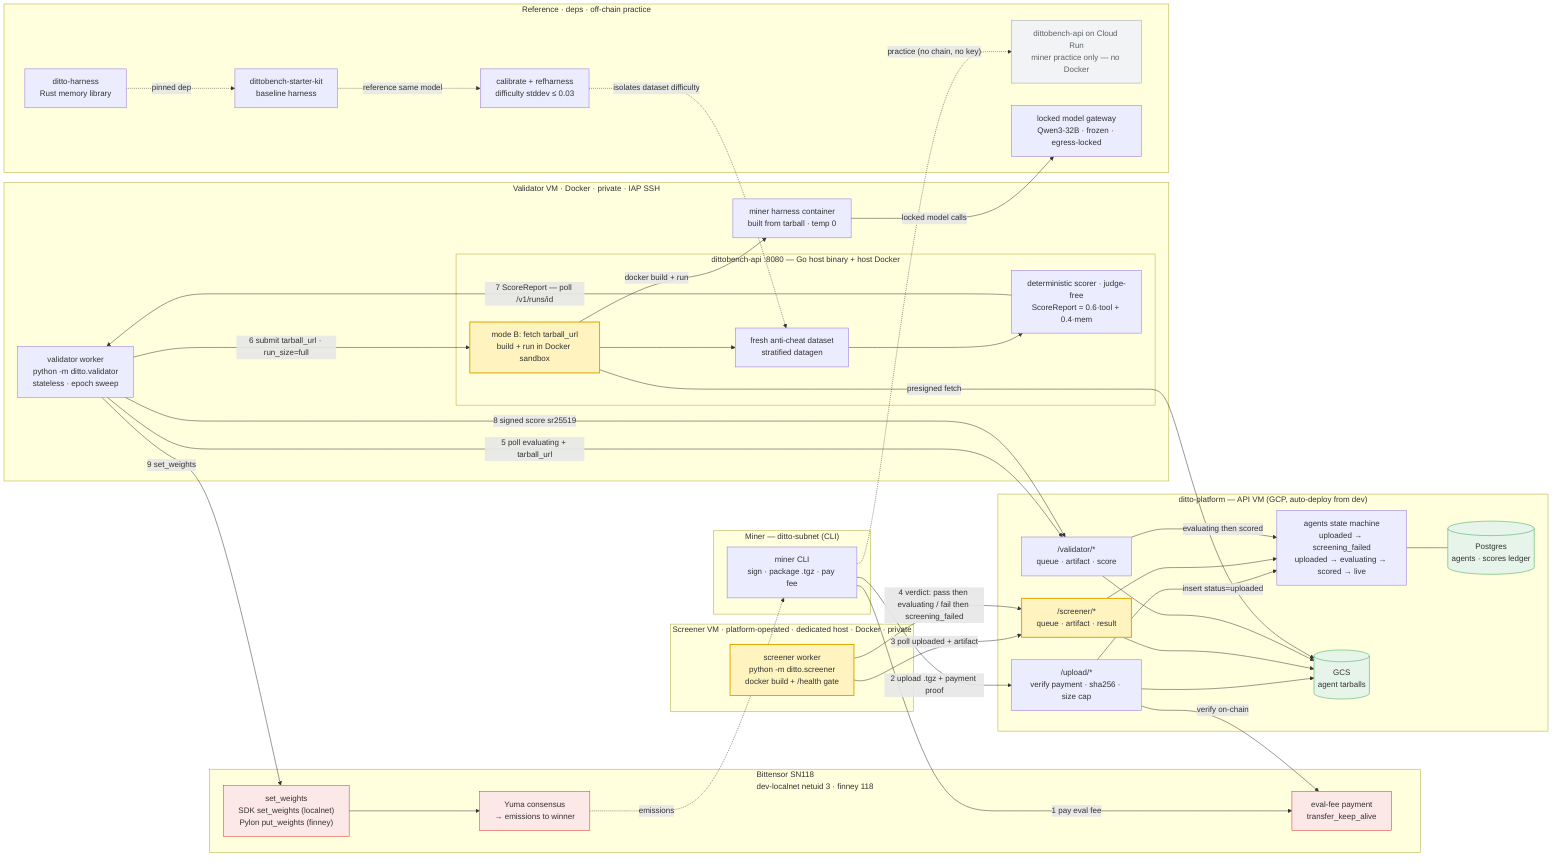
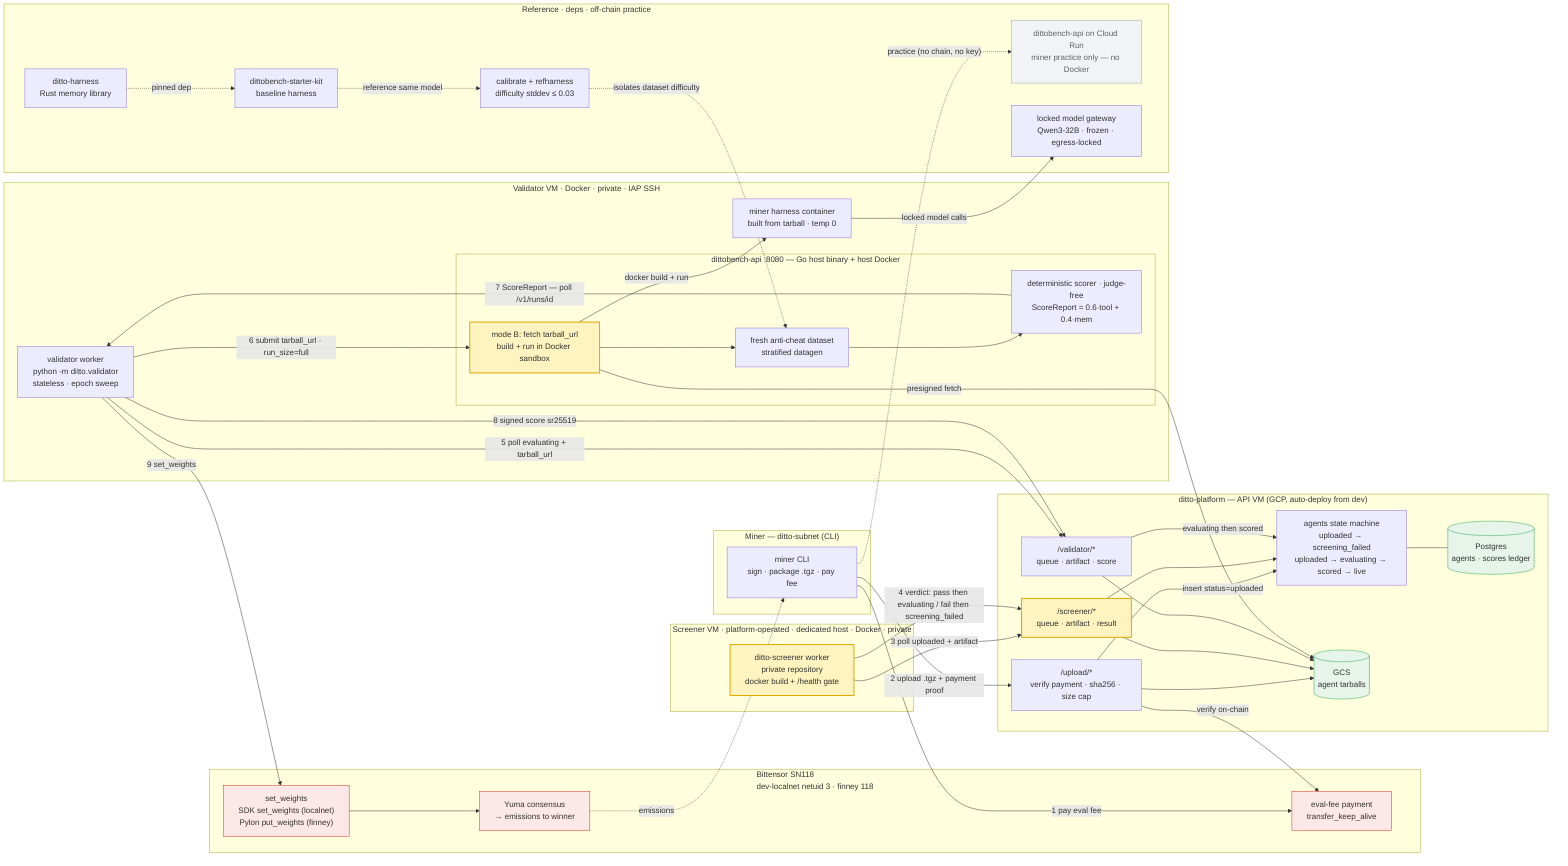
%%{init: {"flowchart": {"htmlLabels": true, "nodeSpacing": 45, "rankSpacing": 55, "curve": "basis"}} }%%
flowchart LR
    classDef new fill:#fff3bf,stroke:#e0a800,stroke-width:2px;
    classDef store fill:#e6f4ea,stroke:#34a853;
    classDef chain fill:#fce8e6,stroke:#d93025;
    classDef practice fill:#f1f3f4,stroke:#9aa0a6,color:#5f6368;

    subgraph Miner["Miner — ditto-subnet (CLI)"]
        MCLI["miner CLI<br/>sign · package .tgz · pay fee"]
    end

    subgraph Chain["Bittensor SN118<br/>dev-localnet netuid 3 · finney 118"]
        PAY["eval-fee payment<br/>transfer_keep_alive"]:::chain
        WEIGHTS["set_weights<br/>SDK set_weights (localnet)<br/>Pylon put_weights (finney)"]:::chain
        YUMA["Yuma consensus<br/>→ emissions to winner"]:::chain
        WEIGHTS --> YUMA
    end

    subgraph Platform["ditto-platform — API VM (GCP, auto-deploy from dev)"]
        UP["/upload/*<br/>verify payment · sha256 · size cap"]
        SAPI["/screener/*<br/>queue · artifact · result"]:::new
        VAPI["/validator/*<br/>queue · artifact · score"]
        SM["agents state machine<br/>uploaded → screening_failed<br/>uploaded → evaluating → scored → live"]
        S3[("GCS<br/>agent tarballs")]:::store
        PG[("Postgres<br/>agents · scores ledger")]:::store
    end

    subgraph ScrVM["Screener VM · platform-operated · dedicated host · Docker · private"]
-         SW["screener worker<br/>python -m ditto.screener<br/>docker build + /health gate"]:::new
+         SW["ditto-screener worker<br/>private repository<br/>docker build + /health gate"]:::new
    end

    subgraph VM["Validator VM · Docker · private · IAP SSH"]
        VW["validator worker<br/>python -m ditto.validator<br/>stateless · epoch sweep"]
        subgraph DBench["dittobench-api :8080 — Go host binary + host Docker"]
            FETCH["mode B: fetch tarball_url<br/>build + run in Docker sandbox"]:::new
            RUN["fresh anti-cheat dataset<br/>stratified datagen"]
            JUDGE["deterministic scorer · judge-free<br/>ScoreReport = 0.6·tool + 0.4·mem"]
        end
        HC["miner harness container<br/>built from tarball · temp 0"]
    end

    subgraph Ref["Reference · deps · off-chain practice"]
        HARNESS["ditto-harness<br/>Rust memory library"]
        SK["dittobench-starter-kit<br/>baseline harness"]
        CAL["calibrate + refharness<br/>difficulty stddev ≤ 0.03"]
        CR["dittobench-api on Cloud Run<br/>miner practice only — no Docker"]:::practice
        GW["locked model gateway<br/>Qwen3-32B · frozen · egress-locked"]
    end

    %% 1-2 upload
    MCLI -->|"1 pay eval fee"| PAY
    MCLI -->|"2 upload .tgz + payment proof"| UP
    UP -->|"verify on-chain"| PAY
    UP --> S3
    UP -->|"insert status=uploaded"| SM

    %% 3-4 screen / promote (NEW — was manual)
    SW -->|"3 poll uploaded + artifact"| SAPI
    SAPI --> S3
    SW -->|"4 verdict: pass then evaluating / fail then screening_failed"| SAPI
    SAPI --> SM

    %% 5-8 evaluate
    VW -->|"5 poll evaluating + tarball_url"| VAPI
    VAPI --> S3
    VW -->|"6 submit tarball_url · run_size=full"| FETCH
    FETCH -->|"presigned fetch"| S3
    FETCH -->|"docker build + run"| HC
    FETCH --> RUN --> JUDGE
    HC -->|"locked model calls"| GW
    JUDGE -->|"7 ScoreReport — poll /v1/runs/id"| VW
    VW -->|"8 signed score sr25519"| VAPI
    VAPI -->|"evaluating then scored"| SM

    %% 9 weights
    VW -->|"9 set_weights"| WEIGHTS
    YUMA -.->|"emissions"| MCLI

    SM --- PG

    %% deps + calibration
    HARNESS -.->|"pinned dep"| SK
    SK -.->|"reference same model"| CAL
    CAL -.->|"isolates dataset difficulty"| RUN
    MCLI -.->|"practice (no chain, no key)"| CR
